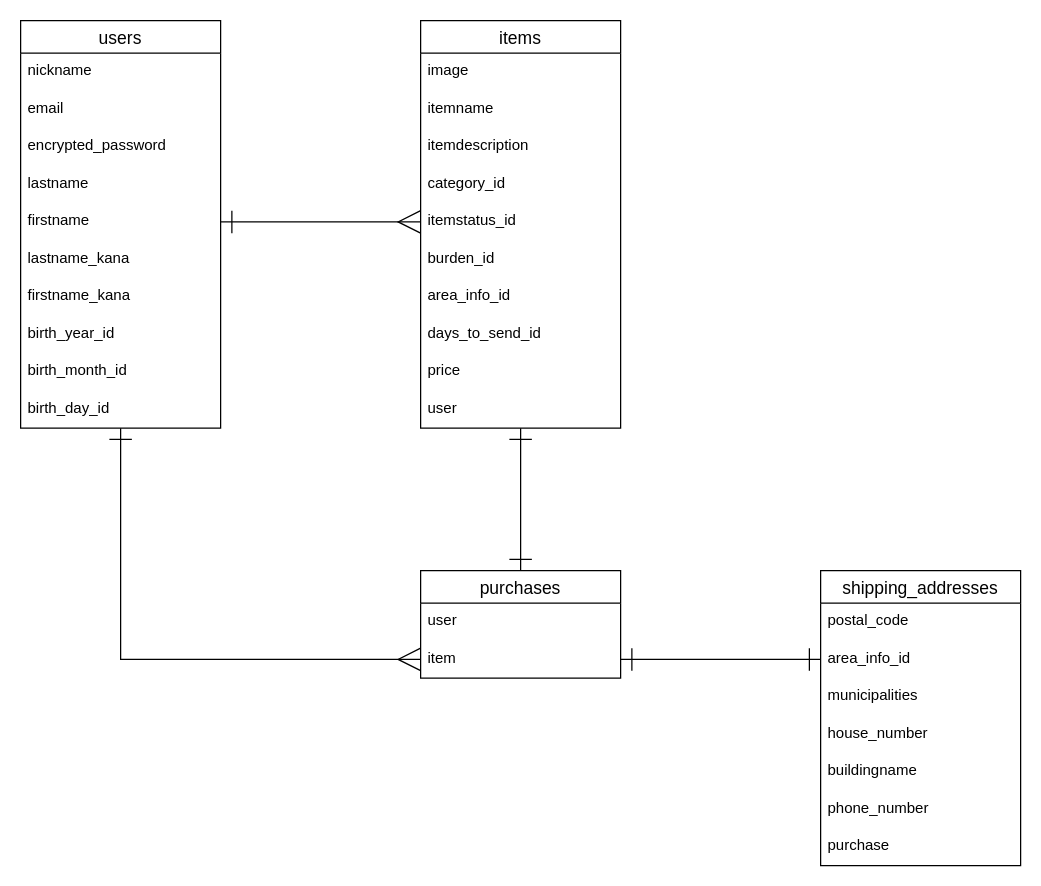
mottymoty03/furima-36777 keeps this draw.io diagram as DBRelationship.dio. Above is the earlier version. Source tidied: cells renumbered, new cells numbered last; positions are measured from the earlier drawing's top-left corner, leaving out a move shared by most shapes. Both pictures are drawn from the tidied source at 125%, with x=0, y=0 at pixel (20, 20).
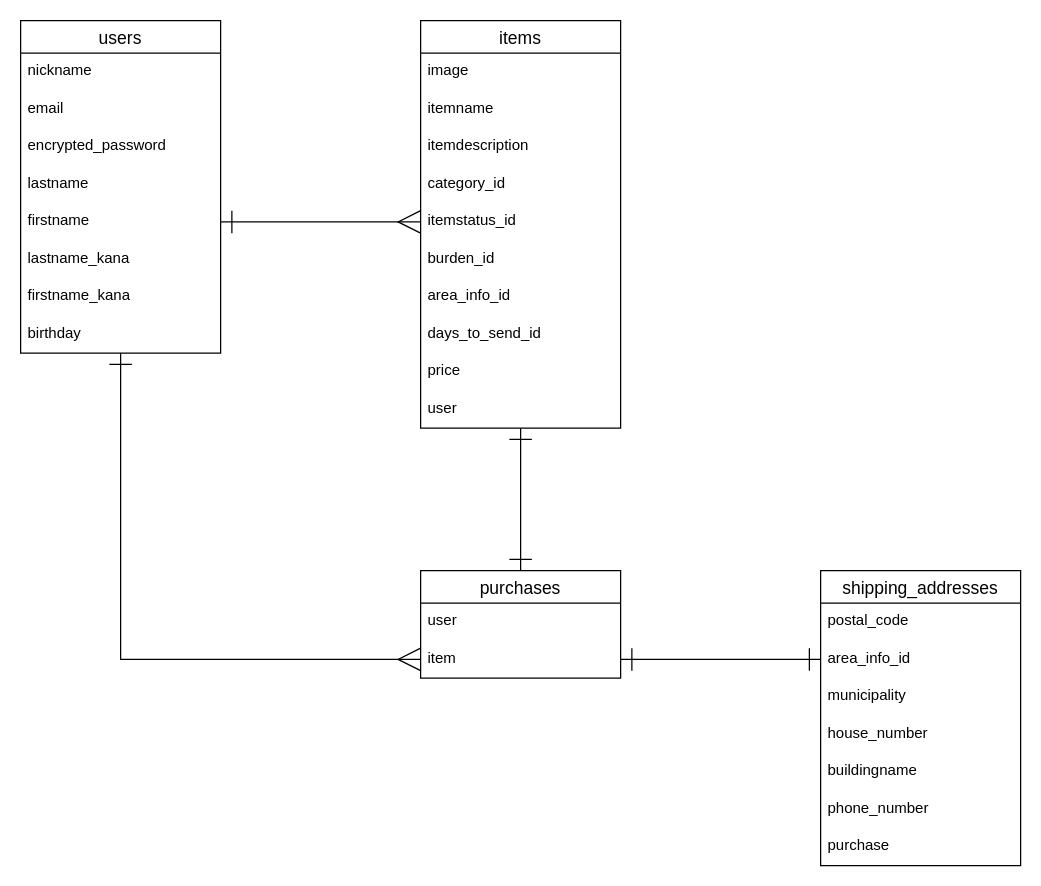
The same page after the edit.

Commit message (it also covers changes not shown here):
指摘箇所の修正

・生年月日はdate型でひとまとめに管理出来る
・重複したカラムの記載がある
・アソシエーションの単数側は単数形で記載する
・アソシエーションの設定間違い

The change refers to these unchanged cells:
```xml
<mxCell id="29" value="shipping_addresses" style="swimlane;fontStyle=0;horizontal=1;startSize=26;align=center;fontSize=14;" parent="1" vertex="1">
  <mxGeometry x="640" y="440" width="160" height="236" as="geometry" />
</mxCell>
```

Diff of the diagram source:
```diff
@@
     <mxCell id="3" value="users" style="swimlane;fontStyle=0;horizontal=1;startSize=26;align=center;fontSize=14;" parent="1" vertex="1">
-      <mxGeometry width="160" height="326" as="geometry" />
+      <mxGeometry width="160" height="266" as="geometry" />
     </mxCell>
@@
-    <mxCell id="11" value="birth_year_id" style="text;strokeColor=none;fillColor=none;spacingLeft=4;spacingRight=4;overflow=hidden;fontSize=12;" parent="3" vertex="1">
-      <mxGeometry y="236" width="160" height="30" as="geometry" />
-    </mxCell>
-    <mxCell id="12" value="birth_month_id" style="text;strokeColor=none;fillColor=none;spacingLeft=4;spacingRight=4;overflow=hidden;fontSize=12;" parent="3" vertex="1">
-      <mxGeometry y="266" width="160" height="30" as="geometry" />
-    </mxCell>
-    <mxCell id="13" value="birth_day_id" style="text;strokeColor=none;fillColor=none;spacingLeft=4;spacingRight=4;overflow=hidden;fontSize=12;" parent="3" vertex="1">
-      <mxGeometry y="296" width="160" height="30" as="geometry" />
+    <mxCell id="13" value="birthday" style="text;strokeColor=none;fillColor=none;spacingLeft=4;spacingRight=4;overflow=hidden;fontSize=12;" parent="3" vertex="1">
+      <mxGeometry y="236" width="160" height="30" as="geometry" />
     </mxCell>
@@
-    <mxCell id="32" value="municipalities" style="text;strokeColor=none;fillColor=none;spacingLeft=4;spacingRight=4;overflow=hidden;fontSize=12;" parent="29" vertex="1">
+    <mxCell id="32" value="municipality" style="text;strokeColor=none;fillColor=none;spacingLeft=4;spacingRight=4;overflow=hidden;fontSize=12;" parent="29" vertex="1">
       <mxGeometry y="86" width="160" height="30" as="geometry" />
     </mxCell>
```
